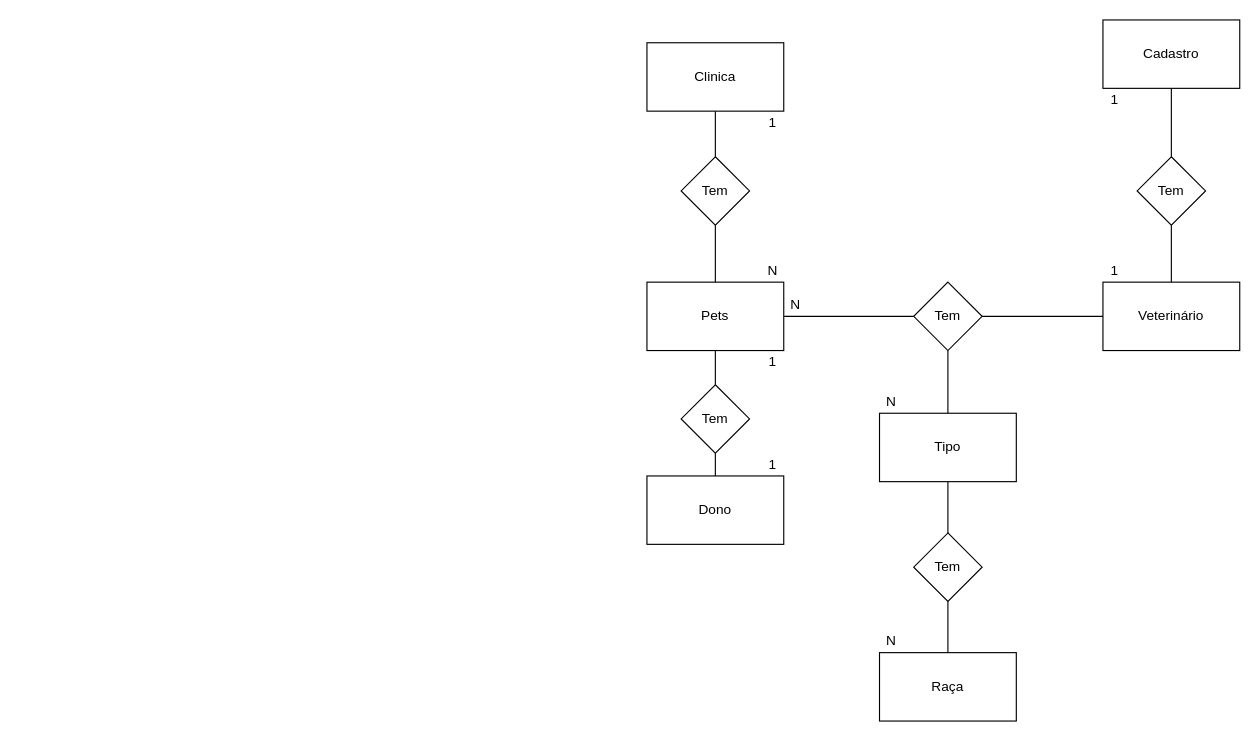
The draw.io diagram page "Conceitual" (1 of 2) of 1.3-exercicio-pclinics/1.3-exercicio-pclinics.drawio in Brunodonadei/exercicios-sprint-1-bd, before the edit. Source tidied: cells renumbered, new cells numbered last; positions are measured from the earlier drawing's top-left corner, leaving out a move shared by most shapes. Both pictures are drawn from the tidied source at 114%, with x=0, y=0 at pixel (646, 19).
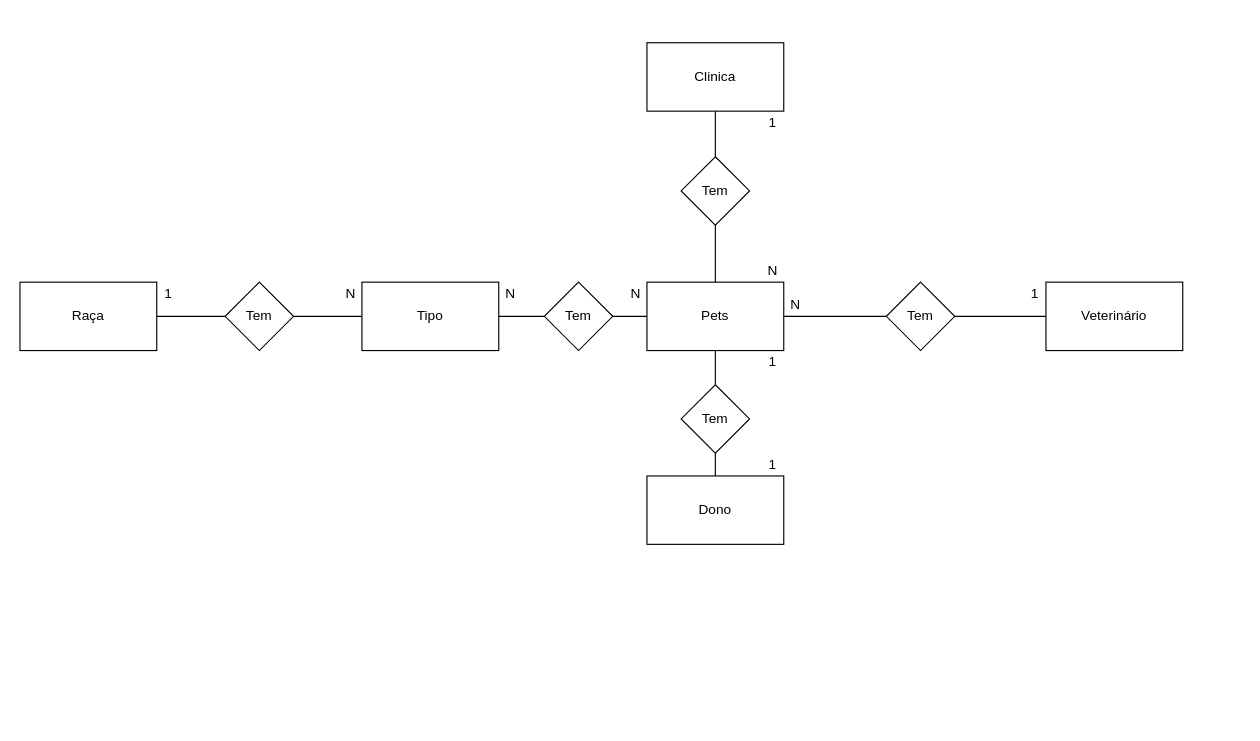
The same diagram, later.

Unchanged cells that the change refers to:
```xml
<mxCell id="7" value="Pets" style="rounded=0;whiteSpace=wrap;html=1;" parent="1" vertex="1">
  <mxGeometry y="230" width="120" height="60" as="geometry" />
</mxCell>
```

Change to the diagram source:
```diff
@@
-    <mxCell id="4" style="edgeStyle=orthogonalEdgeStyle;rounded=0;jettySize=auto;html=1;exitX=0.5;exitY=0;exitDx=0;exitDy=0;entryX=0.5;entryY=1;entryDx=0;entryDy=0;endArrow=none;endFill=0;" parent="1" edge="1" source="5" target="13">
+    <mxCell id="4" style="edgeStyle=orthogonalEdgeStyle;rounded=0;jettySize=auto;html=1;endArrow=none;endFill=0;" parent="1" edge="1" source="5" target="13">
       <mxGeometry relative="1" as="geometry" />
     </mxCell>
     <mxCell id="5" value="Veterinário" style="rounded=0;whiteSpace=wrap;html=1;" parent="1" vertex="1">
-      <mxGeometry x="400" y="230" width="120" height="60" as="geometry" />
+      <mxGeometry x="350" y="230" width="120" height="60" as="geometry" />
     </mxCell>
-    <mxCell id="6" style="edgeStyle=orthogonalEdgeStyle;rounded=0;jettySize=auto;html=1;exitX=1;exitY=0.5;exitDx=0;exitDy=0;entryX=0;entryY=0.5;entryDx=0;entryDy=0;endArrow=none;endFill=0;" parent="1" edge="1" source="7" target="17">
-      <mxGeometry relative="1" as="geometry" />
-    </mxCell>
+    <mxCell id="16" style="edgeStyle=orthogonalEdgeStyle;rounded=0;jettySize=auto;html=1;endArrow=none;endFill=0;" parent="1" edge="1" source="17" target="20">
+      <mxGeometry relative="1" as="geometry" />
+    </mxCell>
@@
-    <mxCell id="12" style="edgeStyle=orthogonalEdgeStyle;rounded=0;jettySize=auto;html=1;exitX=0.5;exitY=0;exitDx=0;exitDy=0;entryX=0.5;entryY=1;entryDx=0;entryDy=0;endArrow=none;endFill=0;" parent="1" edge="1" source="13" target="14">
-      <mxGeometry relative="1" as="geometry" />
-    </mxCell>
-    <mxCell id="13" value="Tem" style="rhombus;whiteSpace=wrap;html=1;" parent="1" vertex="1">
-      <mxGeometry x="430" y="120" width="60" height="60" as="geometry" />
-    </mxCell>
-    <mxCell id="14" value="Cadastro" style="rounded=0;whiteSpace=wrap;html=1;" parent="1" vertex="1">
-      <mxGeometry x="400" width="120" height="60" as="geometry" />
-    </mxCell>
-    <mxCell id="15" style="edgeStyle=orthogonalEdgeStyle;rounded=0;jettySize=auto;html=1;exitX=1;exitY=0.5;exitDx=0;exitDy=0;entryX=0;entryY=0.5;entryDx=0;entryDy=0;endArrow=none;endFill=0;" parent="1" edge="1" source="17" target="5">
-      <mxGeometry relative="1" as="geometry" />
-    </mxCell>
-    <mxCell id="16" style="edgeStyle=orthogonalEdgeStyle;rounded=0;jettySize=auto;html=1;exitX=0.5;exitY=1;exitDx=0;exitDy=0;entryX=0.5;entryY=0;entryDx=0;entryDy=0;endArrow=none;endFill=0;" parent="1" edge="1" source="17" target="20">
-      <mxGeometry relative="1" as="geometry" />
-    </mxCell>
-    <mxCell id="17" value="Tem" style="rhombus;whiteSpace=wrap;html=1;" parent="1" vertex="1">
-      <mxGeometry x="234" y="230" width="60" height="60" as="geometry" />
-    </mxCell>
@@
-    <mxCell id="19" style="edgeStyle=orthogonalEdgeStyle;rounded=0;jettySize=auto;html=1;exitX=0.5;exitY=1;exitDx=0;exitDy=0;entryX=0.5;entryY=0;entryDx=0;entryDy=0;endArrow=none;endFill=0;" parent="1" edge="1" source="20" target="23">
+    <mxCell id="19" style="edgeStyle=orthogonalEdgeStyle;rounded=0;jettySize=auto;html=1;exitX=0;exitY=0.5;exitDx=0;exitDy=0;entryX=1;entryY=0.5;entryDx=0;entryDy=0;endArrow=none;endFill=0;" parent="1" edge="1" source="20" target="23">
       <mxGeometry relative="1" as="geometry" />
     </mxCell>
     <mxCell id="20" value="Tipo" style="rounded=0;whiteSpace=wrap;html=1;" parent="1" vertex="1">
-      <mxGeometry x="204" y="345" width="120" height="60" as="geometry" />
+      <mxGeometry x="-250" y="230" width="120" height="60" as="geometry" />
     </mxCell>
     <mxCell id="21" value="Raça" style="rounded=0;whiteSpace=wrap;html=1;" parent="1" vertex="1">
-      <mxGeometry x="204" y="555" width="120" height="60" as="geometry" />
+      <mxGeometry x="-550" y="230" width="120" height="60" as="geometry" />
     </mxCell>
-    <mxCell id="22" style="edgeStyle=orthogonalEdgeStyle;rounded=0;jettySize=auto;html=1;exitX=0.5;exitY=1;exitDx=0;exitDy=0;entryX=0.5;entryY=0;entryDx=0;entryDy=0;endArrow=none;endFill=0;" parent="1" edge="1" source="23" target="21">
+    <mxCell id="22" style="edgeStyle=orthogonalEdgeStyle;rounded=0;jettySize=auto;html=1;exitX=0;exitY=0.5;exitDx=0;exitDy=0;entryX=1;entryY=0.5;entryDx=0;entryDy=0;endArrow=none;endFill=0;" parent="1" edge="1" source="23" target="21">
       <mxGeometry relative="1" as="geometry" />
     </mxCell>
     <mxCell id="23" value="Tem" style="rhombus;whiteSpace=wrap;html=1;" parent="1" vertex="1">
-      <mxGeometry x="234" y="450" width="60" height="60" as="geometry" />
+      <mxGeometry x="-370" y="230" width="60" height="60" as="geometry" />
     </mxCell>
@@
-    <mxCell id="28" value="1" style="text;html=1;align=center;verticalAlign=middle;" parent="1" vertex="1">
-      <mxGeometry x="400" y="210" width="20" height="20" as="geometry" />
-    </mxCell>
-    <mxCell id="29" value="1" style="text;html=1;align=center;verticalAlign=middle;" parent="1" vertex="1">
-      <mxGeometry x="400" y="60" width="20" height="20" as="geometry" />
-    </mxCell>
@@
     <mxCell id="32" value="N" style="text;html=1;align=center;verticalAlign=middle;" parent="1" vertex="1">
-      <mxGeometry x="204" y="325" width="20" height="20" as="geometry" />
+      <mxGeometry x="-20" y="230" width="20" height="20" as="geometry" />
     </mxCell>
     <mxCell id="33" value="N" style="text;html=1;align=center;verticalAlign=middle;" parent="1" vertex="1">
-      <mxGeometry x="204" y="535" width="20" height="20" as="geometry" />
+      <mxGeometry x="-130" y="230" width="20" height="20" as="geometry" />
     </mxCell>
+    <mxCell id="34" value="1" style="text;html=1;align=center;verticalAlign=middle;" parent="1" vertex="1">
+      <mxGeometry x="330" y="230" width="20" height="20" as="geometry" />
+    </mxCell>
+    <mxCell id="35" value="N" style="text;html=1;align=center;verticalAlign=middle;" parent="1" vertex="1">
+      <mxGeometry x="-270" y="230" width="20" height="20" as="geometry" />
+    </mxCell>
+    <mxCell id="36" value="1" style="text;html=1;align=center;verticalAlign=middle;" parent="1" vertex="1">
+      <mxGeometry x="-430" y="230" width="20" height="20" as="geometry" />
+    </mxCell>
+    <mxCell id="17" value="Tem" style="rhombus;whiteSpace=wrap;html=1;" parent="1" vertex="1">
+      <mxGeometry x="-90" y="230" width="60" height="60" as="geometry" />
+    </mxCell>
+    <mxCell id="6" style="edgeStyle=orthogonalEdgeStyle;rounded=0;jettySize=auto;html=1;endArrow=none;endFill=0;" parent="1" edge="1" source="7" target="17">
+      <mxGeometry relative="1" as="geometry" />
+    </mxCell>
+    <mxCell id="37" style="edgeStyle=orthogonalEdgeStyle;rounded=0;jettySize=auto;html=1;endArrow=none;endFill=0;entryX=1;entryY=0.5;entryDx=0;entryDy=0;" parent="1" edge="1" source="13" target="7">
+      <mxGeometry relative="1" as="geometry" />
+    </mxCell>
+    <mxCell id="13" value="Tem" style="rhombus;whiteSpace=wrap;html=1;" parent="1" vertex="1">
+      <mxGeometry x="210" y="230" width="60" height="60" as="geometry" />
+    </mxCell>
```
